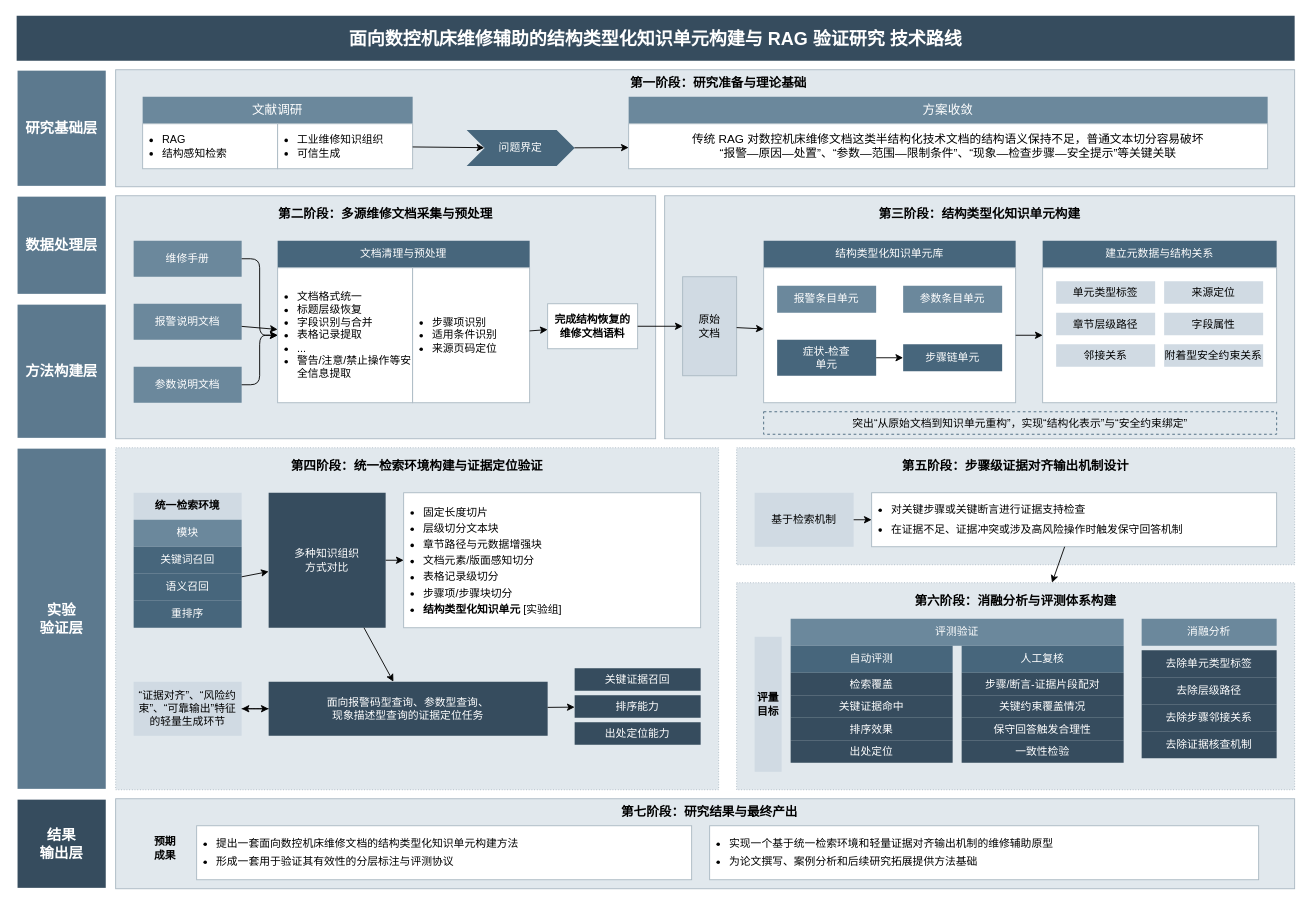
Earlier version of the draw.io diagram 3.19技术路线图.drawio (handsome-tony/picture). Source tidied: cells renumbered, new cells numbered last; positions are measured from the earlier drawing's top-left corner, leaving out a move shared by most shapes. Both pictures are drawn from the tidied source at 90%, with x=0, y=0 at pixel (16, 15).
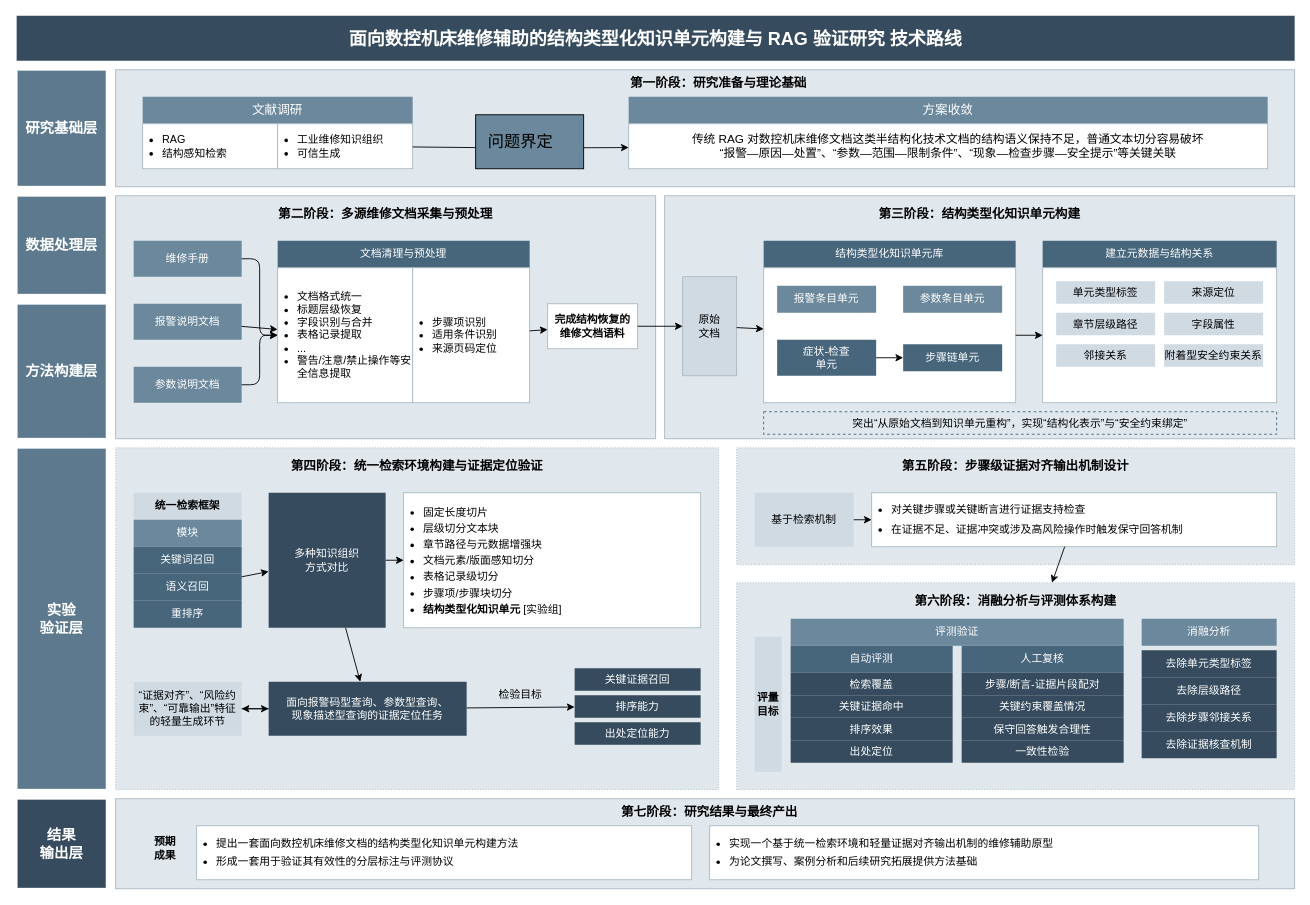
After the change.

Commit message:
更新3.19技术路线图.drawio

The change refers to these unchanged cells:
```xml
<mxCell id="12" value="&lt;ul style=&quot;margin:0px;padding-left:20px;&quot;&gt;&lt;li&gt;工业维修知识组织&lt;/li&gt;&lt;li&gt;可信生成&lt;/li&gt;&lt;/ul&gt;" style="rounded=0;whiteSpace=wrap;html=1;fillColor=#FFFFFF;strokeColor=#AAB8C2;align=left;" parent="1" vertex="1">
  <mxGeometry x="290" y="120" width="150" height="50" as="geometry" />
</mxCell>
<mxCell id="15" value="传统 RAG 对数控机床维修文档这类半结构化技术文档的结构语义保持不足，普通文本切分容易破坏&lt;br&gt;“报警—原因—处置”、“参数—范围—限制条件”、“现象—检查步骤—安全提示”等关键关联" style="rounded=0;whiteSpace=wrap;html=1;fillColor=#FFFFFF;strokeColor=#AAB8C2;align=center;fontSize=13;" parent="1" vertex="1">
  <mxGeometry x="680" y="120" width="710" height="50" as="geometry" />
</mxCell>
```

Diff of the diagram source:
```diff
@@
-    <mxCell id="10" value="文献调研" style="rounded=0;whiteSpace=wrap;html=1;fillColor=#6B889C;fontColor=#FFFFFF;strokeColor=none;fontSize=14;" parent="1" vertex="1">
+    <mxCell id="10" value="文献调研" style="rounded=0;whiteSpace=wrap;html=1;fillColor=#6B889C;fontColor=#FFFFFF;strokeColor=none;fontSize=14;gradientColor=none;" parent="1" vertex="1">
       <mxGeometry x="140" y="90" width="300" height="30" as="geometry" />
     </mxCell>
@@
-    <mxCell id="13" value="问题界定" style="shape=step;perimeter=stepPerimeter;whiteSpace=wrap;html=1;fixedSize=1;fillColor=#47667C;fontColor=#FFFFFF;strokeColor=none;" parent="1" vertex="1">
-      <mxGeometry x="500" y="127" width="120" height="40" as="geometry" />
-    </mxCell>
@@
-    <mxCell id="16" parent="1" edge="1" source="12" target="13">
-      <mxGeometry relative="1" as="geometry" />
+    <mxCell id="16" parent="1" edge="1" source="12">
+      <mxGeometry relative="1" as="geometry">
+        <mxPoint x="519.6" y="146.6" as="targetPoint" />
+      </mxGeometry>
     </mxCell>
-    <mxCell id="17" parent="1" edge="1" source="13" target="15">
-      <mxGeometry relative="1" as="geometry" />
+    <mxCell id="17" parent="1" edge="1" target="15">
+      <mxGeometry relative="1" as="geometry">
+        <mxPoint x="619.7" y="146.7" as="sourcePoint" />
+      </mxGeometry>
     </mxCell>
@@
-    <mxCell id="55" value="&lt;b&gt;统一检索环境&lt;/b&gt;" style="rounded=0;whiteSpace=wrap;html=1;fillColor=#D0DAE3;strokeColor=none;" parent="1" vertex="1">
+    <mxCell id="55" value="&lt;b&gt;统一检索框架&lt;/b&gt;" style="rounded=0;whiteSpace=wrap;html=1;fillColor=#D0DAE3;strokeColor=none;" parent="1" vertex="1">
       <mxGeometry x="130" y="530" width="120" height="30" as="geometry" />
     </mxCell>
@@
     <mxCell id="64" value="面向报警码型查询、参数型查询、&lt;br&gt;现象描述型查询的证据定位任务" style="rounded=0;whiteSpace=wrap;html=1;fillColor=#364C5E;fontColor=#FFFFFF;strokeColor=none;" parent="1" vertex="1">
-      <mxGeometry x="280" y="740" width="310" height="60" as="geometry" />
+      <mxGeometry x="280" y="740" width="220" height="60" as="geometry" />
     </mxCell>
@@
+    <mxCell id="103" style="rounded=0;whiteSpace=wrap;html=1;fillColor=#6B889C;" parent="1" vertex="1">
+      <mxGeometry x="510" y="110" width="120" height="60" as="geometry" />
+    </mxCell>
+    <mxCell id="13" value="&lt;font style=&quot;font-size: 18px;&quot;&gt;问题界定&lt;/font&gt;" style="text;html=1;whiteSpace=wrap;strokeColor=none;fillColor=none;align=center;verticalAlign=middle;rounded=0;" parent="1" vertex="1">
+      <mxGeometry x="520" y="125" width="80" height="30" as="geometry" />
+    </mxCell>
+    <mxCell id="104" value="检验目标" style="text;html=1;whiteSpace=wrap;strokeColor=none;fillColor=none;align=center;verticalAlign=middle;rounded=0;" parent="1" vertex="1">
+      <mxGeometry x="530" y="740" width="60" height="30" as="geometry" />
+    </mxCell>
```
